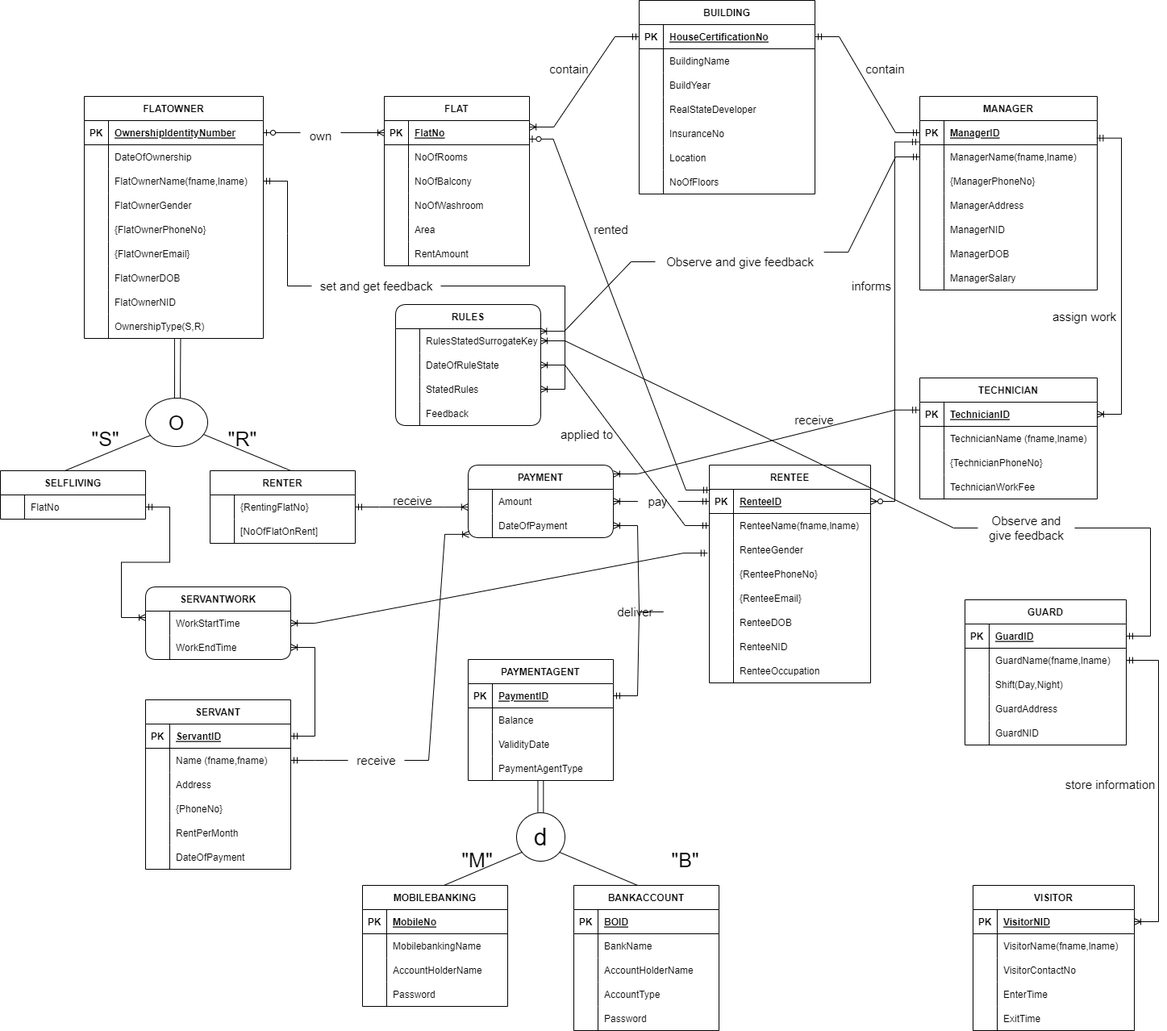
toushifhossain1/Residential-Management-and-Monitoring-System keeps this draw.io diagram as Documentation Pictures/EERD.png. Above is the earlier version. Source tidied: cells renumbered, new cells last; positions are measured from the earlier drawing's top-left corner, leaving out a move shared by most shapes.
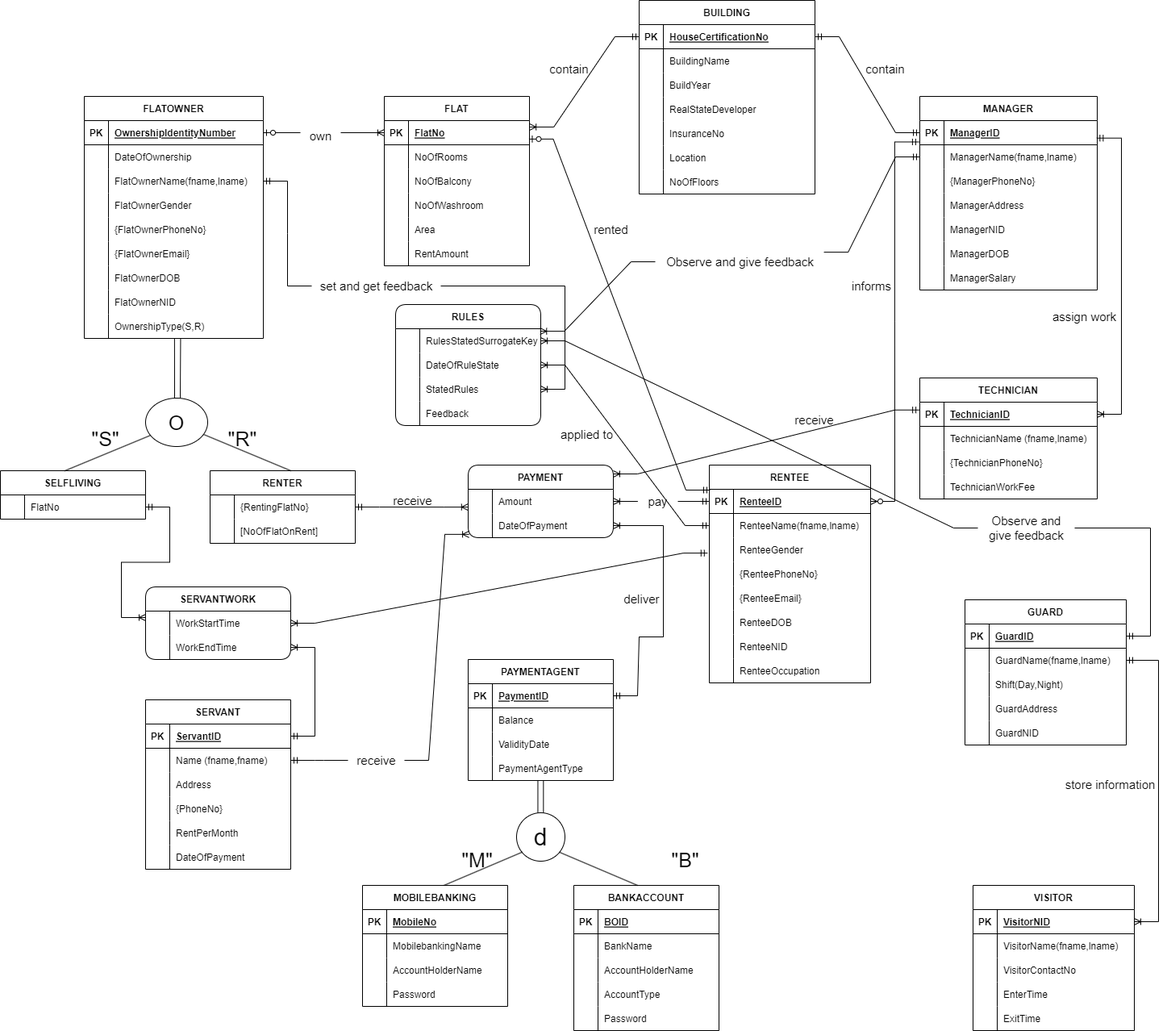
After the commit.

Change to the diagram source:
```diff
@@ -672,8 +672,19 @@
     <mxCell id="221" style="edgeStyle=entityRelationEdgeStyle;fontSize=12;html=1;endArrow=ERoneToMany;startArrow=none;rounded=0;entryX=1;entryY=0.5;entryDx=0;entryDy=0;exitX=0;exitY=0.5;exitDx=0;exitDy=0;" parent="1" edge="1" source="310" target="10">
       <mxGeometry relative="1" as="geometry" />
     </mxCell>
-    <mxCell id="222" style="edgeStyle=entityRelationEdgeStyle;fontSize=12;html=1;endArrow=ERoneToMany;startArrow=none;rounded=0;exitX=1;exitY=0.5;exitDx=0;exitDy=0;entryX=1;entryY=0.5;entryDx=0;entryDy=0;" parent="1" edge="1" source="316" target="13">
-      <mxGeometry relative="1" as="geometry" />
+    <mxCell id="222" style="edgeStyle=entityRelationEdgeStyle;fontSize=12;html=1;endArrow=ERoneToMany;startArrow=none;rounded=0;entryX=1;entryY=0.5;entryDx=0;entryDy=0;" parent="1" edge="1" target="13">
+      <mxGeometry relative="1" as="geometry">
+        <mxPoint x="792" y="789" as="sourcePoint" />
+        <Array as="points">
+          <mxPoint x="812" y="799" />
+          <mxPoint x="792" y="759" />
+          <mxPoint x="812" y="779" />
+          <mxPoint x="802" y="719" />
+          <mxPoint x="792" y="719" />
+          <mxPoint x="792" y="659" />
+          <mxPoint x="792" y="719" />
+        </Array>
+      </mxGeometry>
     </mxCell>
     <mxCell id="223" value="BUILDING" style="shape=table;startSize=30;rowLines=0;fontStyle=1;align=center;rounded=0;fontSize=12;" parent="1" vertex="1">
       <mxGeometry x="792" width="218" height="240" as="geometry" />
@@ -957,10 +968,18 @@
       <mxGeometry relative="1" as="geometry" />
     </mxCell>
     <mxCell id="316" value="&lt;font style=&quot;font-size: 15px;&quot;&gt;deliver&lt;/font&gt;" style="text;html=1;align=center;verticalAlign=middle;points=[];strokeColor=none;fillColor=none;fontSize=12;" parent="1" vertex="1">
-      <mxGeometry x="752" y="743" width="70" height="30" as="geometry" />
+      <mxGeometry x="760" y="727" width="70" height="30" as="geometry" />
     </mxCell>
-    <mxCell id="317" style="edgeStyle=entityRelationEdgeStyle;fontSize=12;html=1;endArrow=none;startArrow=ERmandOne;rounded=0;exitX=1;exitY=0.5;exitDx=0;exitDy=0;entryX=1;entryY=0.5;entryDx=0;entryDy=0;" parent="1" edge="1" source="17" target="316">
-      <mxGeometry relative="1" as="geometry" />
+    <mxCell id="317" style="edgeStyle=entityRelationEdgeStyle;fontSize=12;html=1;endArrow=none;startArrow=ERmandOne;rounded=0;exitX=1;exitY=0.5;exitDx=0;exitDy=0;" parent="1" edge="1" source="17">
+      <mxGeometry relative="1" as="geometry">
+        <mxPoint x="822" y="789" as="targetPoint" />
+        <Array as="points">
+          <mxPoint x="792" y="809" />
+          <mxPoint x="792" y="809" />
+          <mxPoint x="782" y="789" />
+          <mxPoint x="792" y="809" />
+        </Array>
+      </mxGeometry>
     </mxCell>
   </root>
 </mxGraphModel>
```
